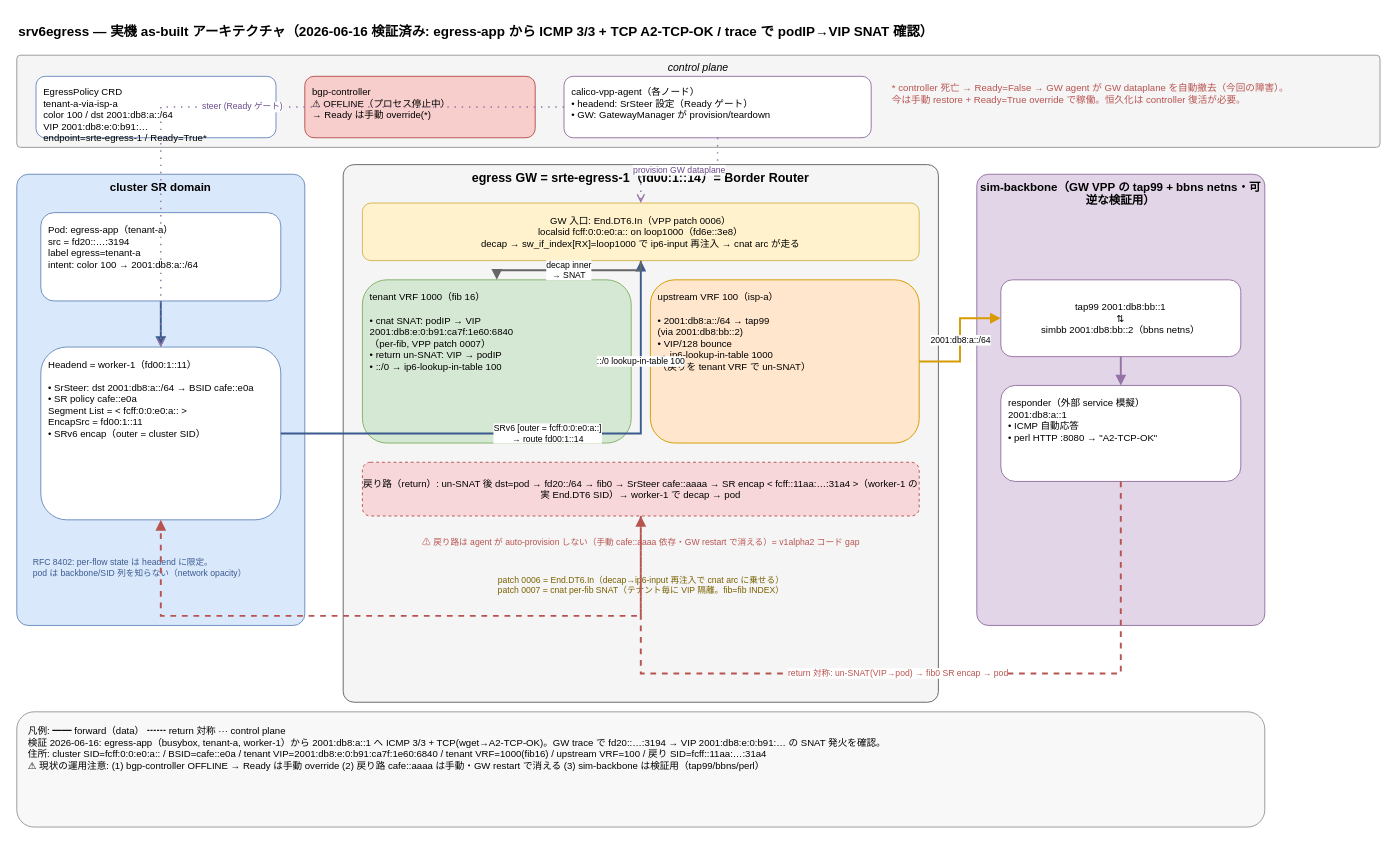
Earlier version of the draw.io diagram srv6egress/docs/current-architecture.drawio (ryskn/vpp-dataplane). Source tidied: cells renumbered, new cells numbered last; positions are measured from the earlier drawing's top-left corner, leaving out a move shared by most shapes. Both pictures are drawn from the tidied source at 96%, with x=0, y=0 at pixel (16, 16).
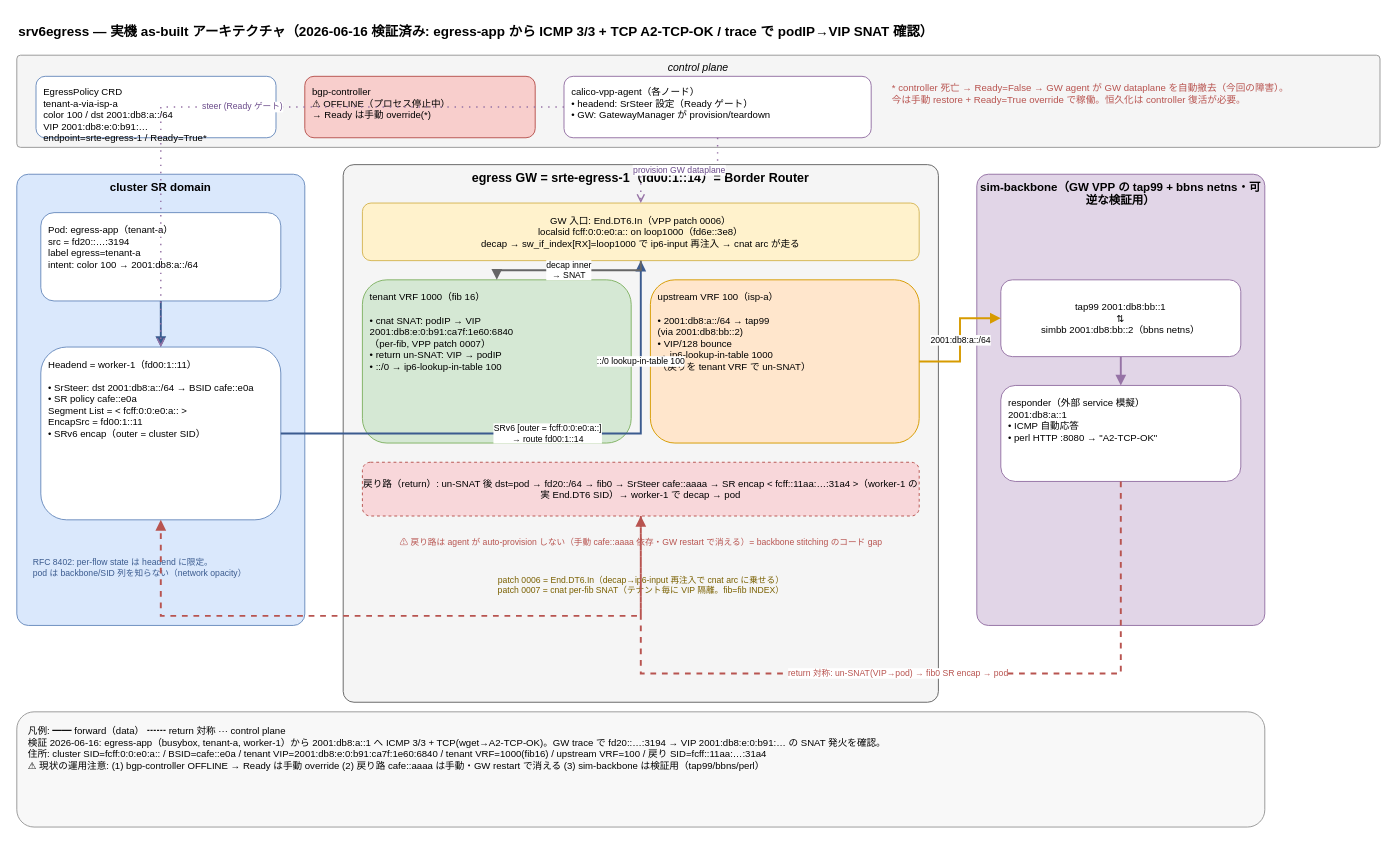
The same diagram, later.

Diff of the diagram source:
```diff
@@
-    <mxCell id="17" value="⚠ 戻り路は agent が auto-provision しない（手動 cafe::aaaa 依存・GW restart で消える）= v1alpha2 コード gap" style="text;html=1;align=center;verticalAlign=middle;fontSize=9;fontColor=#b85450;" parent="1" vertex="1">
+    <mxCell id="17" value="⚠ 戻り路は agent が auto-provision しない（手動 cafe::aaaa 依存・GW restart で消える）= backbone stitching のコード gap" style="text;html=1;align=center;verticalAlign=middle;fontSize=9;fontColor=#b85450;" parent="1" vertex="1">
       <mxGeometry x="360" y="528" width="580" height="40" as="geometry" />
     </mxCell>
```
